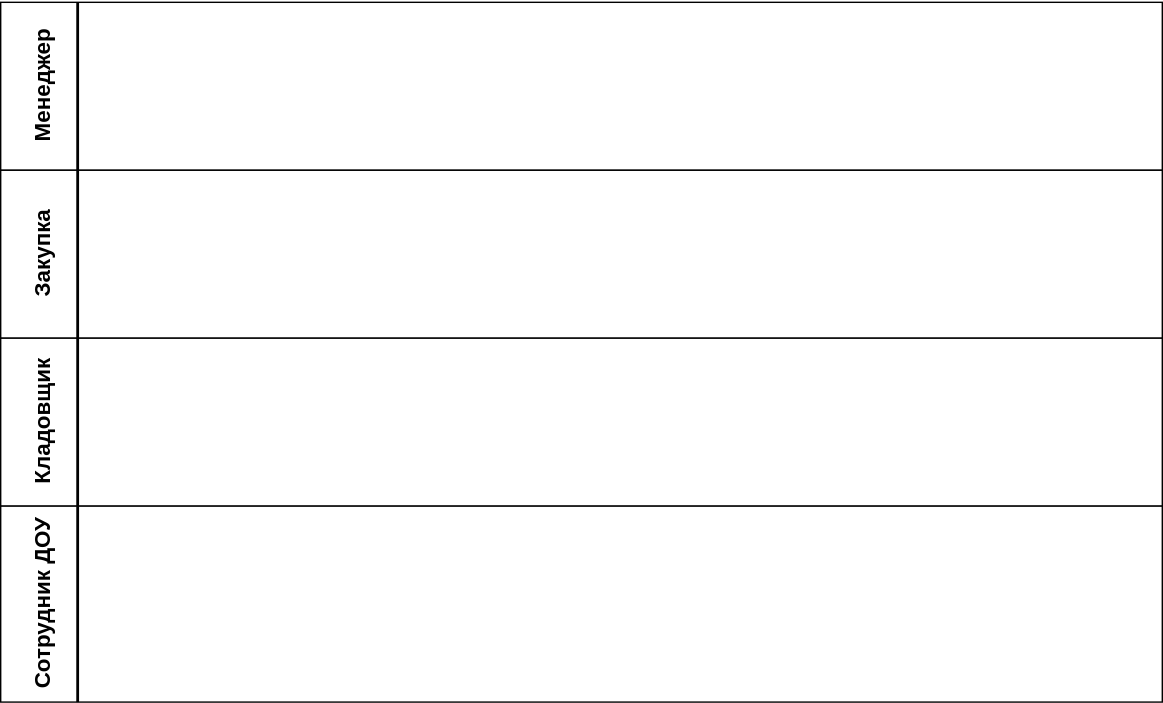
The draw.io diagram Diagram.svg in Mariia22/HTTP-Request, before a commit. Source tidied: cells renumbered, new cells last; positions are measured from the earlier drawing's top-left corner, leaving out a move shared by most shapes. Source of this version:
```xml
<mxGraphModel>
  <root>
    <mxCell id="0" />
    <mxCell id="1" parent="0" />
    <mxCell id="2" style="rounded=0;whiteSpace=wrap;html=1;" parent="1" vertex="1">
      <mxGeometry x="10" width="830" height="120" as="geometry" />
    </mxCell>
    <mxCell id="3" style="rounded=0;whiteSpace=wrap;html=1;" parent="1" vertex="1">
      <mxGeometry x="10" y="120" width="830" height="120" as="geometry" />
    </mxCell>
    <mxCell id="4" style="rounded=0;whiteSpace=wrap;html=1;" parent="1" vertex="1">
      <mxGeometry x="10" y="240" width="830" height="120" as="geometry" />
    </mxCell>
    <mxCell id="5" style="line;strokeWidth=2;direction=south;html=1;" parent="1" vertex="1">
      <mxGeometry x="60" width="10" height="480" as="geometry" />
    </mxCell>
    <mxCell id="6" value="Менеджер" style="text;strokeColor=none;fillColor=none;html=1;fontSize=16;fontStyle=1;verticalAlign=middle;align=center;rotation=270;" parent="1" vertex="1">
      <mxGeometry y="40" width="80" height="40" as="geometry" />
    </mxCell>
    <mxCell id="7" value="Закупка" style="text;strokeColor=none;fillColor=none;html=1;fontSize=16;fontStyle=1;verticalAlign=middle;align=center;rotation=270;" parent="1" vertex="1">
      <mxGeometry y="160" width="80" height="40" as="geometry" />
    </mxCell>
    <mxCell id="8" value="Кладовщик" style="text;strokeColor=none;fillColor=none;html=1;fontSize=16;fontStyle=1;verticalAlign=middle;align=center;rotation=270;" parent="1" vertex="1">
      <mxGeometry y="280" width="80" height="40" as="geometry" />
    </mxCell>
    <mxCell id="9" style="rounded=0;whiteSpace=wrap;html=1;fontSize=16;" parent="1" vertex="1">
      <mxGeometry x="10" y="360" width="830" height="140" as="geometry" />
    </mxCell>
    <mxCell id="10" style="line;strokeWidth=2;direction=south;html=1;fontSize=16;" parent="1" vertex="1">
      <mxGeometry x="60" y="360" width="10" height="140" as="geometry" />
    </mxCell>
    <mxCell id="11" value="Сотрудник ДОУ" style="text;strokeColor=none;fillColor=none;html=1;fontSize=16;fontStyle=1;verticalAlign=middle;align=center;rotation=270;" parent="1" vertex="1">
      <mxGeometry y="410" width="80" height="40" as="geometry" />
    </mxCell>
  </root>
</mxGraphModel>
```
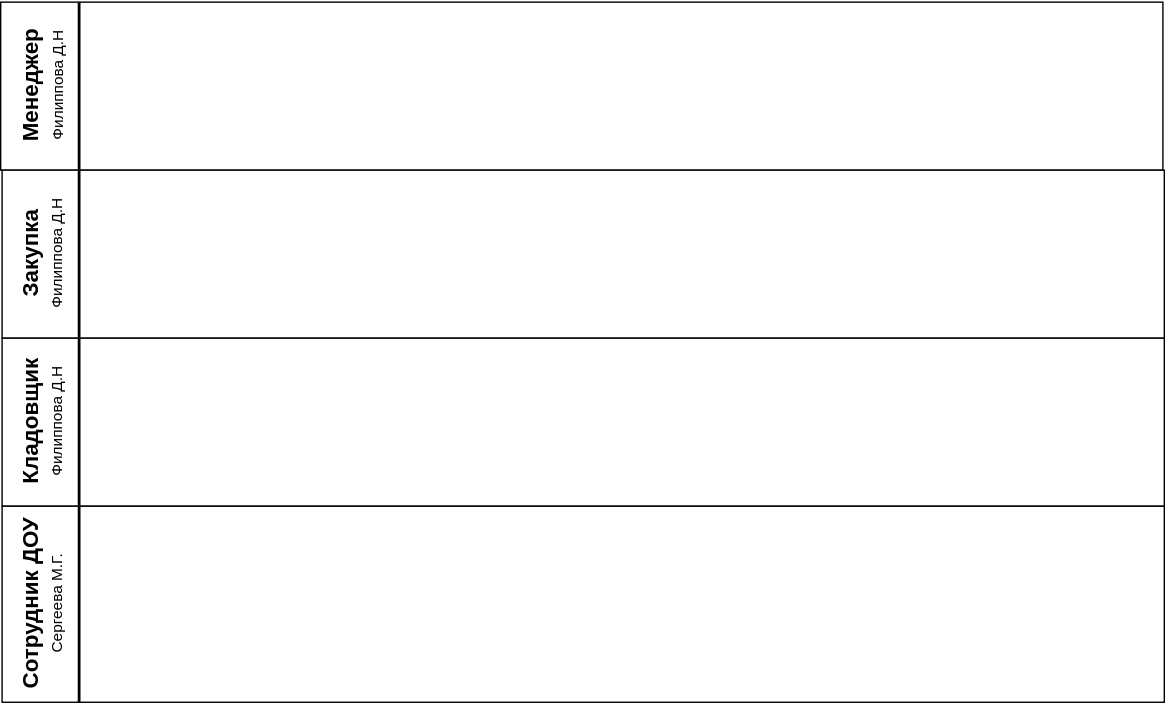
The same diagram one commit later.

Diff of the diagram source:
```diff
@@ -3,7 +3,7 @@
     <mxCell id="0" />
     <mxCell id="1" parent="0" />
     <mxCell id="2" style="rounded=0;whiteSpace=wrap;html=1;" parent="1" vertex="1">
-      <mxGeometry x="10" width="830" height="120" as="geometry" />
+      <mxGeometry x="9" width="830" height="120" as="geometry" />
     </mxCell>
     <mxCell id="3" style="rounded=0;whiteSpace=wrap;html=1;" parent="1" vertex="1">
       <mxGeometry x="10" y="120" width="830" height="120" as="geometry" />
@@ -15,13 +15,13 @@
       <mxGeometry x="60" width="10" height="480" as="geometry" />
     </mxCell>
     <mxCell id="6" value="Менеджер" style="text;strokeColor=none;fillColor=none;html=1;fontSize=16;fontStyle=1;verticalAlign=middle;align=center;rotation=270;" parent="1" vertex="1">
-      <mxGeometry y="40" width="80" height="40" as="geometry" />
+      <mxGeometry x="-10" y="40" width="80" height="40" as="geometry" />
     </mxCell>
     <mxCell id="7" value="Закупка" style="text;strokeColor=none;fillColor=none;html=1;fontSize=16;fontStyle=1;verticalAlign=middle;align=center;rotation=270;" parent="1" vertex="1">
-      <mxGeometry y="160" width="80" height="40" as="geometry" />
+      <mxGeometry x="-10" y="160" width="80" height="40" as="geometry" />
     </mxCell>
     <mxCell id="8" value="Кладовщик" style="text;strokeColor=none;fillColor=none;html=1;fontSize=16;fontStyle=1;verticalAlign=middle;align=center;rotation=270;" parent="1" vertex="1">
-      <mxGeometry y="280" width="80" height="40" as="geometry" />
+      <mxGeometry x="-10" y="280" width="80" height="40" as="geometry" />
     </mxCell>
     <mxCell id="9" style="rounded=0;whiteSpace=wrap;html=1;fontSize=16;" parent="1" vertex="1">
       <mxGeometry x="10" y="360" width="830" height="140" as="geometry" />
@@ -30,7 +30,19 @@
       <mxGeometry x="60" y="360" width="10" height="140" as="geometry" />
     </mxCell>
     <mxCell id="11" value="Сотрудник ДОУ" style="text;strokeColor=none;fillColor=none;html=1;fontSize=16;fontStyle=1;verticalAlign=middle;align=center;rotation=270;" parent="1" vertex="1">
-      <mxGeometry y="410" width="80" height="40" as="geometry" />
+      <mxGeometry x="-10" y="410" width="80" height="40" as="geometry" />
     </mxCell>
+    <mxCell id="12" value="Филиппова Д.Н&lt;br style=&quot;font-size: 11px;&quot;&gt;" style="text;strokeColor=none;fillColor=none;html=1;fontSize=11;fontStyle=0;verticalAlign=middle;align=center;rotation=270;" parent="1" vertex="1">
+      <mxGeometry x="10" y="40" width="80" height="40" as="geometry" />
+    </mxCell>
+    <mxCell id="13" value="Филиппова Д.Н&lt;br style=&quot;font-size: 11px;&quot;&gt;" style="text;strokeColor=none;fillColor=none;html=1;fontSize=11;fontStyle=0;verticalAlign=middle;align=center;rotation=270;" parent="1" vertex="1">
+      <mxGeometry x="9" y="160" width="80" height="40" as="geometry" />
+    </mxCell>
+    <mxCell id="14" value="Филиппова Д.Н&lt;br style=&quot;font-size: 11px;&quot;&gt;" style="text;strokeColor=none;fillColor=none;html=1;fontSize=11;fontStyle=0;verticalAlign=middle;align=center;rotation=270;" parent="1" vertex="1">
+      <mxGeometry x="9" y="280" width="80" height="40" as="geometry" />
+    </mxCell>
+    <mxCell id="15" value="Сергеева М.Г." style="text;strokeColor=none;fillColor=none;html=1;fontSize=11;fontStyle=0;verticalAlign=middle;align=center;rotation=270;" parent="1" vertex="1">
+      <mxGeometry x="9" y="410" width="80" height="40" as="geometry" />
+    </mxCell>
   </root>
 </mxGraphModel>
```
